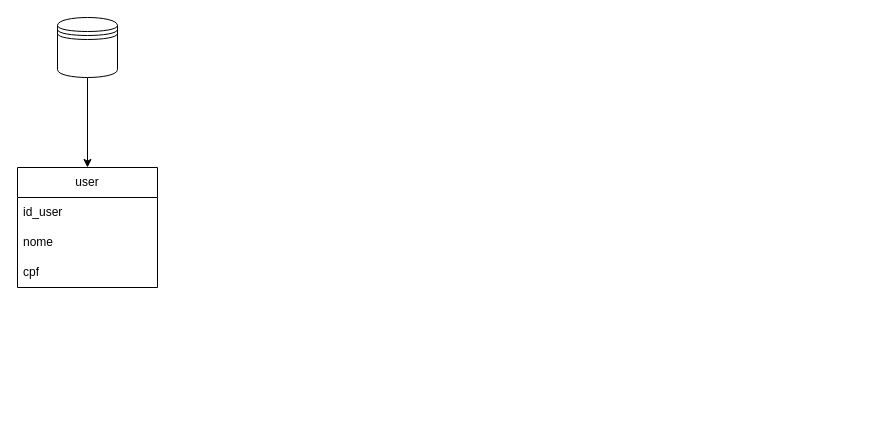
Before: src/assets/example/diagrama.drawio in Portuga02/gerenciador-pessoal, a draw.io diagram. Source tidied: cells renumbered, new cells numbered last; positions are measured from the earlier drawing's top-left corner, leaving out a move shared by most shapes. Both pictures are drawn from the tidied source at 100%, with x=0, y=0 at pixel (17, 17).
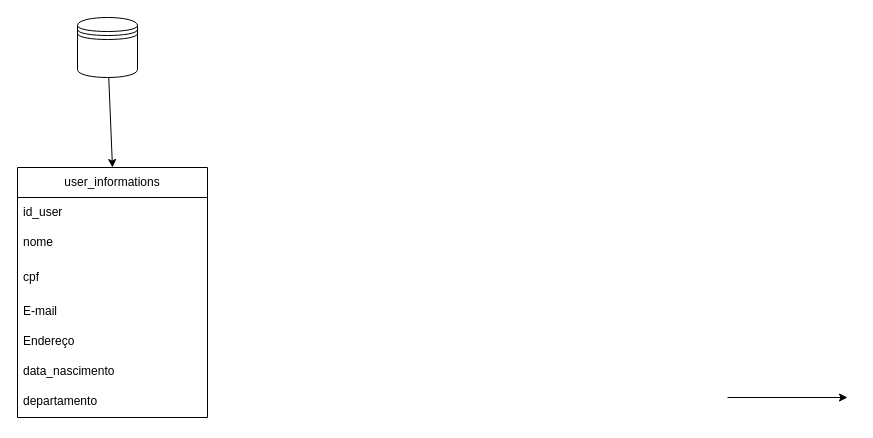
The same diagram, later.

Commit message:
ajuste nmo diagram

Diff of the diagram source:
```diff
@@
 <mxGraphModel>
   <root>
     <mxCell id="0" />
     <mxCell id="1" parent="0" />
-    <mxCell id="2" value="user&lt;br&gt;" style="swimlane;fontStyle=0;horizontal=1;startSize=30;whiteSpace=wrap;html=1;" parent="1" vertex="1">
-      <mxGeometry y="150" width="140" height="120" as="geometry" />
+    <mxCell id="2" value="user_informations" style="swimlane;fontStyle=0;horizontal=1;startSize=30;whiteSpace=wrap;html=1;glass=0;" parent="1" vertex="1">
+      <mxGeometry y="150" width="190" height="250" as="geometry" />
     </mxCell>
     <mxCell id="3" value="id_user" style="text;strokeColor=none;fillColor=none;align=left;verticalAlign=middle;spacingLeft=4;spacingRight=4;overflow=hidden;whiteSpace=wrap;html=1;" parent="2" vertex="1">
-      <mxGeometry y="30" width="140" height="30" as="geometry" />
+      <mxGeometry y="30" width="190" height="30" as="geometry" />
     </mxCell>
     <mxCell id="4" value="nome" style="text;strokeColor=none;fillColor=none;align=left;verticalAlign=middle;spacingLeft=4;spacingRight=4;overflow=hidden;whiteSpace=wrap;html=1;" parent="2" vertex="1">
-      <mxGeometry y="60" width="140" height="30" as="geometry" />
+      <mxGeometry y="60" width="190" height="30" as="geometry" />
     </mxCell>
     <mxCell id="5" value="cpf" style="text;strokeColor=none;fillColor=none;align=left;verticalAlign=middle;spacingLeft=4;spacingRight=4;overflow=hidden;whiteSpace=wrap;html=1;" parent="2" vertex="1">
-      <mxGeometry y="90" width="140" height="30" as="geometry" />
+      <mxGeometry y="90" width="190" height="40" as="geometry" />
     </mxCell>
+    <mxCell id="8" value="E-mail&#10;" style="text;strokeColor=none;fillColor=none;spacingLeft=4;spacingRight=4;overflow=hidden;fontSize=12;glass=0;" parent="2" vertex="1">
+      <mxGeometry y="130" width="190" height="30" as="geometry" />
+    </mxCell>
+    <mxCell id="9" value="Endereço" style="text;strokeColor=none;fillColor=none;spacingLeft=4;spacingRight=4;overflow=hidden;fontSize=12;glass=0;" parent="2" vertex="1">
+      <mxGeometry y="160" width="190" height="30" as="geometry" />
+    </mxCell>
+    <mxCell id="10" value="data_nascimento&#10;" style="text;strokeColor=none;fillColor=none;spacingLeft=4;spacingRight=4;overflow=hidden;fontSize=12;glass=0;" parent="2" vertex="1">
+      <mxGeometry y="190" width="190" height="30" as="geometry" />
+    </mxCell>
+    <mxCell id="11" value="departamento&#10;" style="text;strokeColor=none;fillColor=none;spacingLeft=4;spacingRight=4;overflow=hidden;fontSize=12;glass=0;" parent="2" vertex="1">
+      <mxGeometry y="220" width="190" height="30" as="geometry" />
+    </mxCell>
     <mxCell id="6" style="edgeStyle=none;html=1;entryX=0.5;entryY=0;entryDx=0;entryDy=0;" parent="1" edge="1" source="7" target="2">
       <mxGeometry relative="1" as="geometry" />
     </mxCell>
     <mxCell id="7" style="shape=datastore;whiteSpace=wrap;html=1;" parent="1" vertex="1">
-      <mxGeometry x="40" width="60" height="60" as="geometry" />
+      <mxGeometry x="60" width="60" height="60" as="geometry" />
     </mxCell>
+    <mxCell id="12" style="edgeStyle=none;orthogonalLoop=1;jettySize=auto;html=1;" parent="1" edge="1">
+      <mxGeometry relative="1" as="geometry">
+        <mxPoint x="710" y="380" as="sourcePoint" />
+        <mxPoint x="830" y="380" as="targetPoint" />
+      </mxGeometry>
+    </mxCell>
   </root>
 </mxGraphModel>
```
